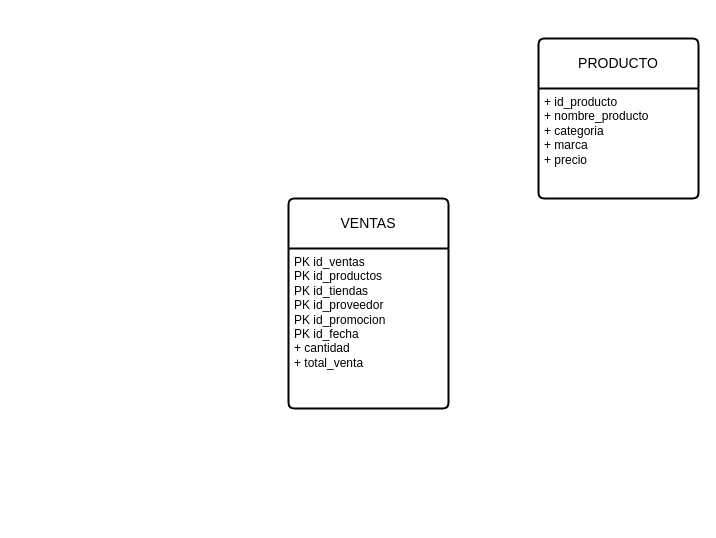
Valdivia737/diagrama keeps this draw.io diagram as Diagrama-Retail.drawio. Above is the earlier version. Source tidied: cells renumbered, new cells numbered last; positions are measured from the earlier drawing's top-left corner, leaving out a move shared by most shapes. Both pictures are drawn from the tidied source at 100%, with x=0, y=0 at pixel (288, 38).
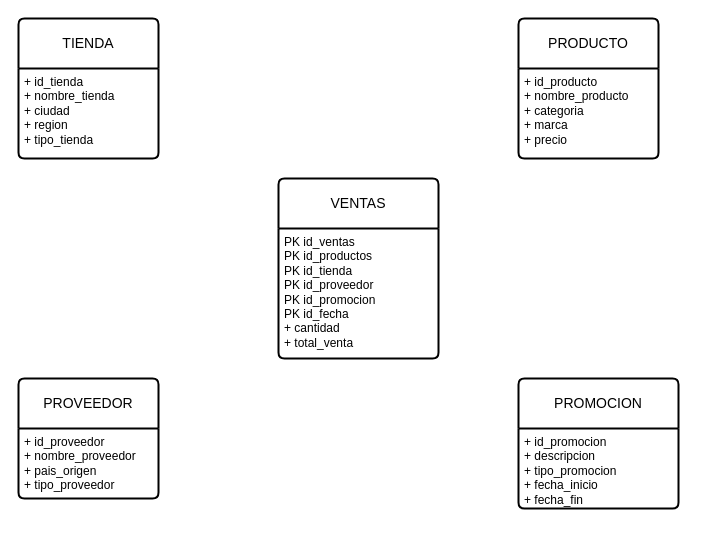
Above is the later version.

What changed in the source:
```diff
@@
 <mxGraphModel>
   <root>
     <mxCell id="0" />
     <mxCell id="1" parent="0" />
     <mxCell id="2" value="VENTAS" style="swimlane;horizontal=1;startSize=50;rounded=1;fontSize=14;fontStyle=0;strokeWidth=2;shadow=0;dashed=0;align=center;arcSize=4;whiteSpace=wrap;html=1;" parent="1" vertex="1">
-      <mxGeometry y="160" width="160" height="210" as="geometry" />
+      <mxGeometry x="-10" y="140" width="160" height="180" as="geometry" />
     </mxCell>
-    <mxCell id="3" value="PK id_ventas&lt;br&gt;PK id_productos&lt;br&gt;PK id_tiendas&lt;div&gt;PK id_proveedor&lt;/div&gt;&lt;div&gt;PK id_promocion&lt;/div&gt;&lt;div&gt;PK id_fecha&lt;/div&gt;&lt;div&gt;+ cantidad&lt;/div&gt;&lt;div&gt;+ total_venta&lt;br&gt;&lt;div&gt;&lt;br&gt;&lt;/div&gt;&lt;/div&gt;" style="align=left;strokeColor=none;fillColor=none;spacingLeft=4;spacingRight=4;fontSize=12;verticalAlign=top;html=1;whiteSpace=wrap;" parent="2" vertex="1">
-      <mxGeometry y="50" width="160" height="160" as="geometry" />
+    <mxCell id="3" value="PK id_ventas&lt;br&gt;PK id_productos&lt;br&gt;PK id_tienda&lt;div&gt;PK id_proveedor&lt;/div&gt;&lt;div&gt;PK id_promocion&lt;/div&gt;&lt;div&gt;PK id_fecha&lt;/div&gt;&lt;div&gt;+ cantidad&lt;/div&gt;&lt;div&gt;+ total_venta&lt;br&gt;&lt;div&gt;&lt;br&gt;&lt;/div&gt;&lt;/div&gt;" style="align=left;strokeColor=none;fillColor=none;spacingLeft=4;spacingRight=4;fontSize=12;verticalAlign=top;html=1;whiteSpace=wrap;" parent="2" vertex="1">
+      <mxGeometry y="50" width="160" height="130" as="geometry" />
     </mxCell>
     <mxCell id="4" value="PRODUCTO" style="swimlane;horizontal=1;startSize=50;rounded=1;fontSize=14;fontStyle=0;strokeWidth=2;shadow=0;dashed=0;align=center;arcSize=4;whiteSpace=wrap;html=1;" parent="1" vertex="1">
-      <mxGeometry x="250" width="160" height="160" as="geometry" />
+      <mxGeometry x="230" y="-20" width="140" height="140" as="geometry" />
     </mxCell>
     <mxCell id="5" value="+ id_producto&lt;br&gt;+ nombre_producto&lt;br&gt;+ categoria&lt;div&gt;+ marca&lt;/div&gt;&lt;div&gt;+ precio&lt;/div&gt;&lt;div&gt;&lt;br&gt;&lt;/div&gt;" style="align=left;strokeColor=none;fillColor=none;spacingLeft=4;spacingRight=4;fontSize=12;verticalAlign=top;html=1;whiteSpace=wrap;" parent="4" vertex="1">
-      <mxGeometry y="50" width="160" height="110" as="geometry" />
+      <mxGeometry y="50" width="140" height="90" as="geometry" />
     </mxCell>
+    <mxCell id="6" value="TIENDA" style="swimlane;horizontal=1;startSize=50;rounded=1;fontSize=14;fontStyle=0;strokeWidth=2;shadow=0;dashed=0;align=center;arcSize=4;whiteSpace=wrap;html=1;" parent="1" vertex="1">
+      <mxGeometry x="-270" y="-20" width="140" height="140" as="geometry" />
+    </mxCell>
+    <mxCell id="7" value="+ id_tienda&lt;br&gt;+ nombre_tienda&lt;br&gt;+ ciudad&lt;div&gt;+ region&lt;/div&gt;&lt;div&gt;+ tipo_tienda&lt;/div&gt;" style="align=left;strokeColor=none;fillColor=none;spacingLeft=4;spacingRight=4;fontSize=12;verticalAlign=top;html=1;whiteSpace=wrap;" parent="6" vertex="1">
+      <mxGeometry y="50" width="140" height="90" as="geometry" />
+    </mxCell>
+    <mxCell id="8" value="PROVEEDOR" style="swimlane;horizontal=1;startSize=50;rounded=1;fontSize=14;fontStyle=0;strokeWidth=2;shadow=0;dashed=0;align=center;arcSize=4;whiteSpace=wrap;html=1;" parent="1" vertex="1">
+      <mxGeometry x="-270" y="340" width="140" height="120" as="geometry" />
+    </mxCell>
+    <mxCell id="9" value="+ id_proveedor&lt;br&gt;+ nombre_proveedor&lt;br&gt;+ pais_origen&lt;div&gt;+ tipo_proveedor&lt;/div&gt;" style="align=left;strokeColor=none;fillColor=none;spacingLeft=4;spacingRight=4;fontSize=12;verticalAlign=top;html=1;whiteSpace=wrap;" parent="8" vertex="1">
+      <mxGeometry y="50" width="140" height="70" as="geometry" />
+    </mxCell>
+    <mxCell id="10" value="PROMOCION" style="swimlane;horizontal=1;startSize=50;rounded=1;fontSize=14;fontStyle=0;strokeWidth=2;shadow=0;dashed=0;align=center;arcSize=4;whiteSpace=wrap;html=1;" parent="1" vertex="1">
+      <mxGeometry x="230" y="340" width="160" height="130" as="geometry" />
+    </mxCell>
+    <mxCell id="11" value="+ id_promocion&lt;br&gt;+ descripcion&lt;br&gt;+ tipo_promocion&lt;div&gt;+ fecha_inicio&lt;/div&gt;&lt;div&gt;+ fecha_fin&lt;/div&gt;&lt;div&gt;&lt;br&gt;&lt;/div&gt;" style="align=left;strokeColor=none;fillColor=none;spacingLeft=4;spacingRight=4;fontSize=12;verticalAlign=top;html=1;whiteSpace=wrap;" parent="10" vertex="1">
+      <mxGeometry y="50" width="160" height="80" as="geometry" />
+    </mxCell>
   </root>
 </mxGraphModel>
```
